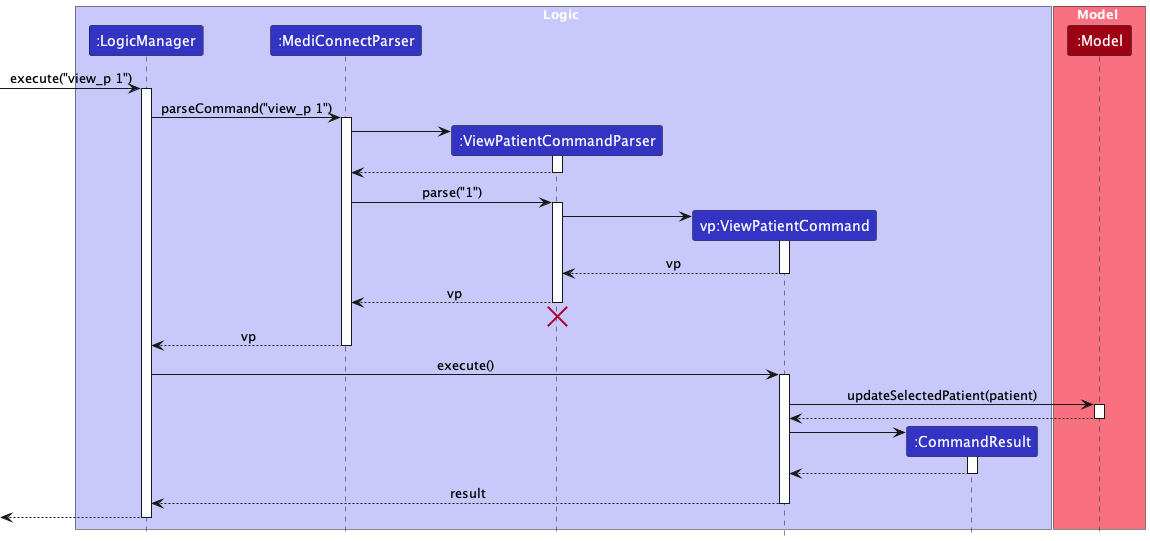
This is docs/images/ViewPatientLogicSequenceDiagram.png from yanghengtang/tp, a PlantUML export, as it was before one commit. The source it was exported from:
```plantuml
@startuml
!include style.puml
skinparam ArrowFontStyle plain

box Logic LOGIC_COLOR_T1
participant ":LogicManager" as LogicManager LOGIC_COLOR
participant ":MediConnectParser" as MediConnectParser LOGIC_COLOR
participant ":ViewPatientCommandParser" as ViewPatientCommandParser LOGIC_COLOR
participant "vp:ViewPatientCommand" as ViewPatientCommand LOGIC_COLOR
participant ":CommandResult" as CommandResult LOGIC_COLOR
end box

box Model MODEL_COLOR_T1
participant ":Model" as Model MODEL_COLOR
end box

[-> LogicManager : execute("view_p 1")
activate LogicManager

LogicManager -> MediConnectParser : parseCommand("view_p 1")
activate MediConnectParser

create ViewPatientCommandParser
MediConnectParser -> ViewPatientCommandParser
activate ViewPatientCommandParser

ViewPatientCommandParser --> MediConnectParser
deactivate ViewPatientCommandParser

MediConnectParser -> ViewPatientCommandParser : parse("1")
activate ViewPatientCommandParser

create ViewPatientCommand
ViewPatientCommandParser -> ViewPatientCommand
activate ViewPatientCommand

ViewPatientCommand --> ViewPatientCommandParser : vp
deactivate ViewPatientCommand

ViewPatientCommandParser --> MediConnectParser : vp
deactivate ViewPatientCommandParser
ViewPatientCommandParser -[hidden]-> MediConnectParser
destroy ViewPatientCommandParser

MediConnectParser --> LogicManager : vp
deactivate MediConnectParser

LogicManager -> ViewPatientCommand : execute()
activate ViewPatientCommand

ViewPatientCommand -> Model : updateSelectedPatient(patient)
activate Model

Model --> ViewPatientCommand
deactivate Model

create CommandResult
ViewPatientCommand -> CommandResult
activate CommandResult

CommandResult --> ViewPatientCommand
deactivate CommandResult

ViewPatientCommand --> LogicManager : result
deactivate ViewPatientCommand

[<--LogicManager
deactivate LogicManager
@enduml
```
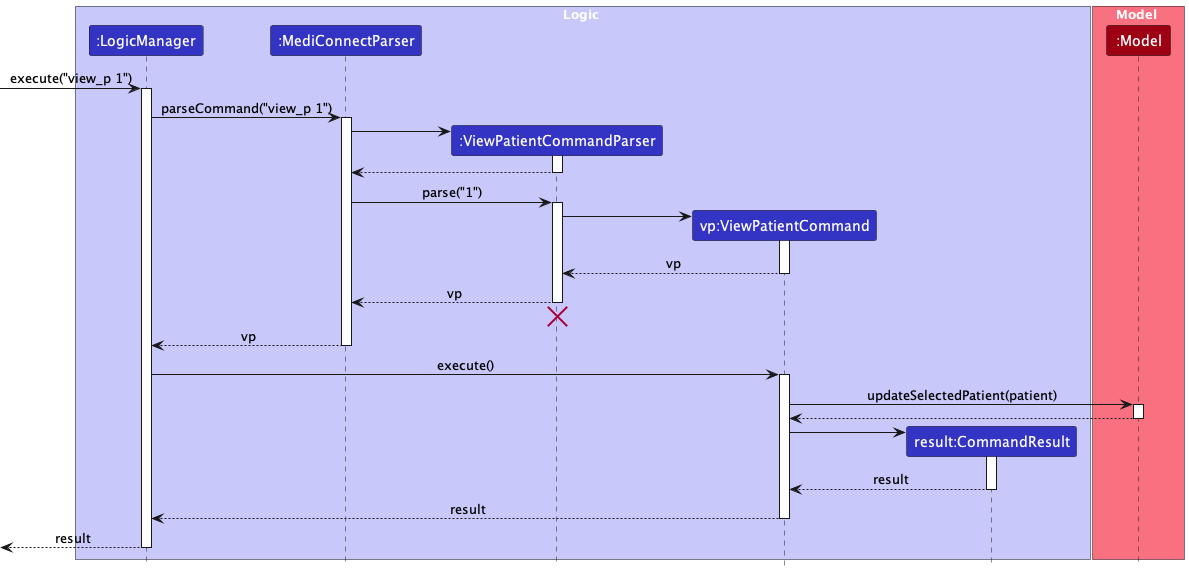
The same file after the commit.

Change to the diagram source:
```diff
@@ -7,7 +7,7 @@
 participant ":MediConnectParser" as MediConnectParser LOGIC_COLOR
 participant ":ViewPatientCommandParser" as ViewPatientCommandParser LOGIC_COLOR
 participant "vp:ViewPatientCommand" as ViewPatientCommand LOGIC_COLOR
-participant ":CommandResult" as CommandResult LOGIC_COLOR
+participant "result:CommandResult" as CommandResult LOGIC_COLOR
 end box
 
 box Model MODEL_COLOR_T1
@@ -58,12 +58,12 @@
 ViewPatientCommand -> CommandResult
 activate CommandResult
 
-CommandResult --> ViewPatientCommand
+CommandResult --> ViewPatientCommand : result
 deactivate CommandResult
 
 ViewPatientCommand --> LogicManager : result
 deactivate ViewPatientCommand
 
-[<--LogicManager
+[<--LogicManager : result
 deactivate LogicManager
 @enduml
```
